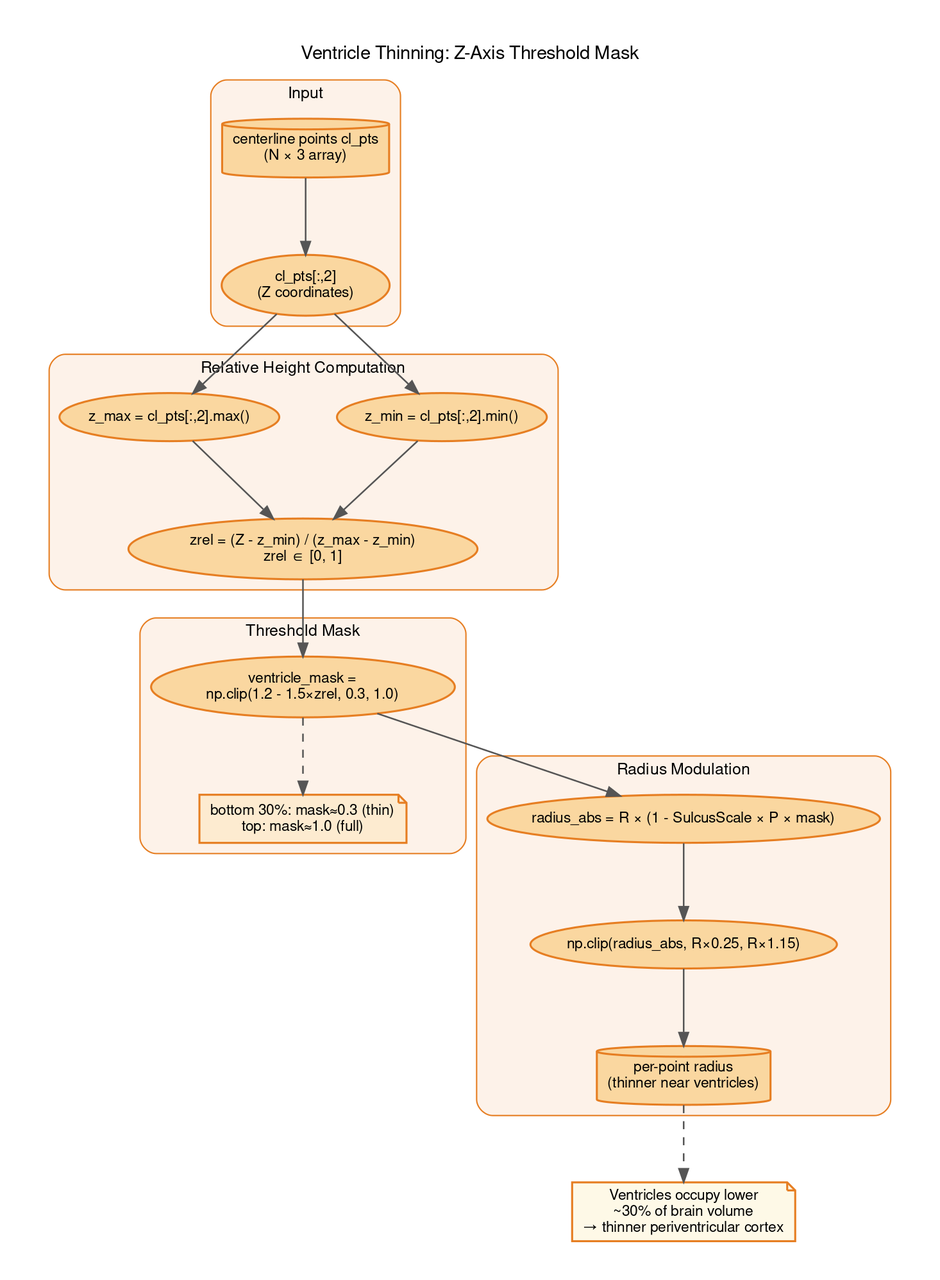
The Graphviz diagram docs/diagrams_25/17_ventricle_mask.png in danindiana/hilbertbrane, before a commit. Its source is kept beside it as docs/diagrams_25/17_ventricle_mask.dot.
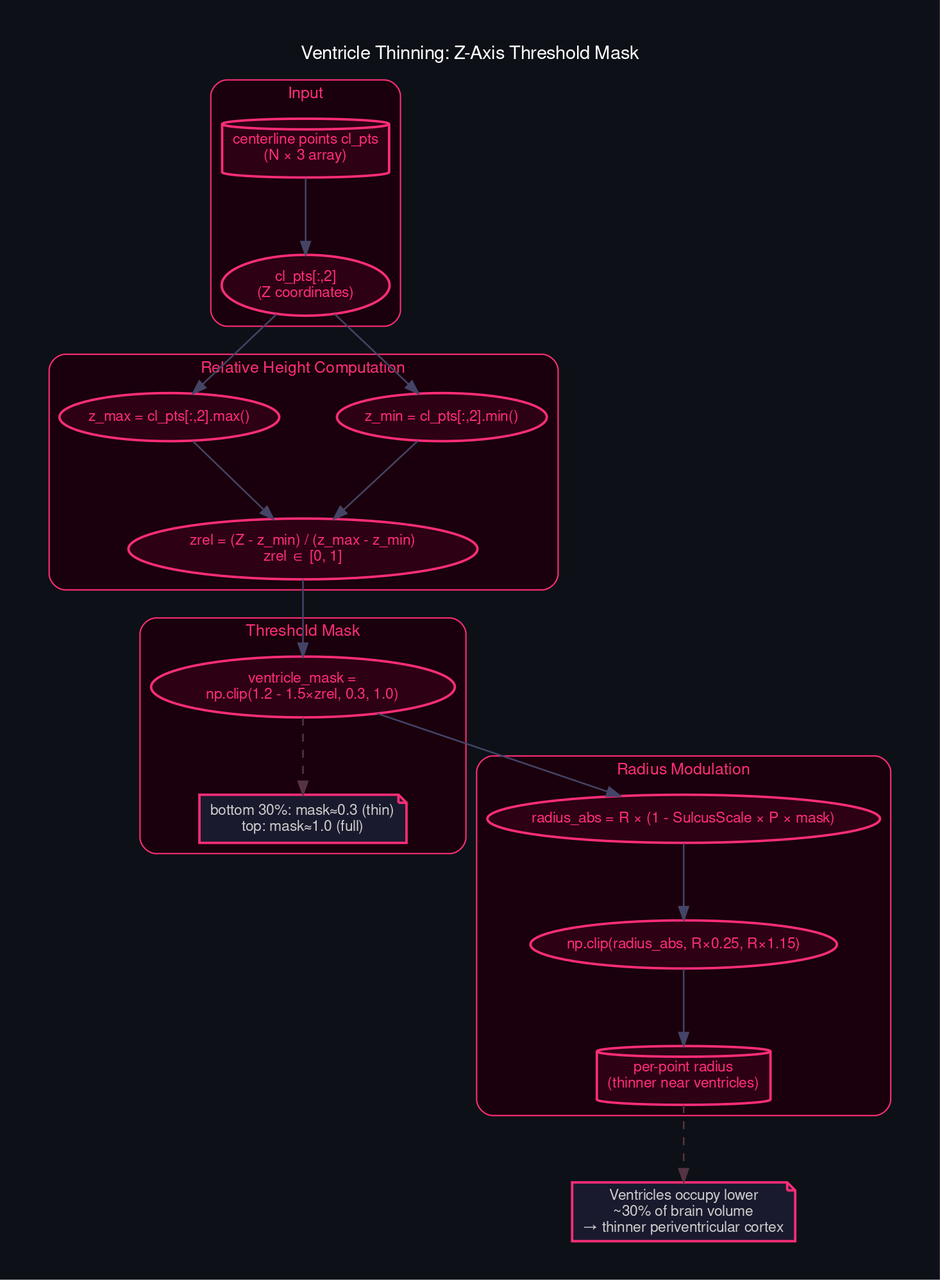
Later version of the same file.

The edit, as a diff of the source:
```diff
@@ -1,7 +1,8 @@
 digraph G {
     graph [
         fontname="Helvetica,Arial,sans-serif"
-        bgcolor="#ffffff"
+        bgcolor="#0d1117"
+        fontcolor="white"
         splines=spline
         nodesep=0.6
         ranksep=0.8
@@ -10,58 +11,58 @@
         labeljust="c"
         fontsize=14
     ]
-    node [fontname="Helvetica,Arial,sans-serif" fontsize=11 style="filled,rounded" penwidth=1.5]
-    edge [fontname="Helvetica,Arial,sans-serif" fontsize=9 color="#555555" penwidth=1.2]
+    node [fontname="Helvetica,Arial,sans-serif" fontsize=11 style="filled,rounded" penwidth=1.8 fontcolor="white"]
+    edge [fontname="Helvetica,Arial,sans-serif" fontsize=9 color="#444466" penwidth=1.2 fontcolor="#aaaacc"]
     graph [label="Ventricle Thinning: Z-Axis Threshold Mask" rankdir="TB"]
 
     subgraph cluster_in {
         label="Input"
-        style="filled,rounded" fillcolor="#FDF2E9" color="#E67E22" fontsize=12
-        fontname="Helvetica,Arial,sans-serif"
+        style="filled,rounded" fillcolor="#1a000c" color="#ff2d78" fontsize=12
+        fontname="Helvetica,Arial,sans-serif" fontcolor="#ff2d78"
 
-        vi [label="centerline points cl_pts\n(N × 3 array)" shape=cylinder fillcolor="#FAD7A0" color="#E67E22"]
-        vz [label="cl_pts[:,2]\n(Z coordinates)" fillcolor="#FAD7A0" color="#E67E22"]
+        vi [label="centerline points cl_pts\n(N × 3 array)" shape=cylinder fillcolor="#2e0014" color="#ff2d78" fontcolor="#ff2d78"]
+        vz [label="cl_pts[:,2]\n(Z coordinates)" fillcolor="#2e0014" color="#ff2d78" fontcolor="#ff2d78"]
         vi -> vz
     }
 
     subgraph cluster_height {
         label="Relative Height Computation"
-        style="filled,rounded" fillcolor="#FDF2E9" color="#E67E22" fontsize=12
-        fontname="Helvetica,Arial,sans-serif"
+        style="filled,rounded" fillcolor="#1a000c" color="#ff2d78" fontsize=12
+        fontname="Helvetica,Arial,sans-serif" fontcolor="#ff2d78"
 
-        h1 [label="z_min = cl_pts[:,2].min()" fillcolor="#FAD7A0" color="#E67E22"]
-        h2 [label="z_max = cl_pts[:,2].max()" fillcolor="#FAD7A0" color="#E67E22"]
-        h3 [label="zrel = (Z - z_min) / (z_max - z_min)\nzrel ∈ [0, 1]" fillcolor="#FAD7A0" color="#E67E22"]
+        h1 [label="z_min = cl_pts[:,2].min()" fillcolor="#2e0014" color="#ff2d78" fontcolor="#ff2d78"]
+        h2 [label="z_max = cl_pts[:,2].max()" fillcolor="#2e0014" color="#ff2d78" fontcolor="#ff2d78"]
+        h3 [label="zrel = (Z - z_min) / (z_max - z_min)\nzrel ∈ [0, 1]" fillcolor="#2e0014" color="#ff2d78" fontcolor="#ff2d78"]
         h1 -> h3
         h2 -> h3
     }
 
     subgraph cluster_mask {
         label="Threshold Mask"
-        style="filled,rounded" fillcolor="#FDF2E9" color="#E67E22" fontsize=12
-        fontname="Helvetica,Arial,sans-serif"
+        style="filled,rounded" fillcolor="#1a000c" color="#ff2d78" fontsize=12
+        fontname="Helvetica,Arial,sans-serif" fontcolor="#ff2d78"
 
-        m1 [label="ventricle_mask =\nnp.clip(1.2 - 1.5×zrel, 0.3, 1.0)" fillcolor="#FAD7A0" color="#E67E22"]
-        m2 [label="bottom 30%: mask≈0.3 (thin)\ntop: mask≈1.0 (full)" shape=note fillcolor="#FDEBD0" color="#E67E22"]
-        m1 -> m2 [style=dashed]
+        m1 [label="ventricle_mask =\nnp.clip(1.2 - 1.5×zrel, 0.3, 1.0)" fillcolor="#2e0014" color="#ff2d78" fontcolor="#ff2d78"]
+        m2 [label="bottom 30%: mask≈0.3 (thin)\ntop: mask≈1.0 (full)" shape=note fillcolor="#1a1a2e" color="#ff2d78" fontcolor="#cccccc"]
+        m1 -> m2 [style=dashed color="#553344"]
     }
 
     subgraph cluster_out {
         label="Radius Modulation"
-        style="filled,rounded" fillcolor="#FDF2E9" color="#E67E22" fontsize=12
-        fontname="Helvetica,Arial,sans-serif"
+        style="filled,rounded" fillcolor="#1a000c" color="#ff2d78" fontsize=12
+        fontname="Helvetica,Arial,sans-serif" fontcolor="#ff2d78"
 
-        ro1 [label="radius_abs = R × (1 - SulcusScale × P × mask)" fillcolor="#FAD7A0" color="#E67E22"]
-        ro2 [label="np.clip(radius_abs, R×0.25, R×1.15)" fillcolor="#FAD7A0" color="#E67E22"]
-        ro3 [label="per-point radius\n(thinner near ventricles)" shape=cylinder fillcolor="#FAD7A0" color="#E67E22"]
+        ro1 [label="radius_abs = R × (1 - SulcusScale × P × mask)" fillcolor="#2e0014" color="#ff2d78" fontcolor="#ff2d78"]
+        ro2 [label="np.clip(radius_abs, R×0.25, R×1.15)" fillcolor="#2e0014" color="#ff2d78" fontcolor="#ff2d78"]
+        ro3 [label="per-point radius\n(thinner near ventricles)" shape=cylinder fillcolor="#2e0014" color="#ff2d78" fontcolor="#ff2d78"]
         ro1 -> ro2 -> ro3
     }
 
-    bio [label="Ventricles occupy lower\n~30% of brain volume\n→ thinner periventricular cortex" shape=note fillcolor="#FEF9E7" color="#E67E22"]
+    bio [label="Ventricles occupy lower\n~30% of brain volume\n→ thinner periventricular cortex" shape=note fillcolor="#1a1a2e" color="#ff2d78" fontcolor="#cccccc"]
 
     vz -> h1
     vz -> h2
     h3 -> m1
     m1 -> ro1
-    ro3 -> bio [style=dashed]
+    ro3 -> bio [style=dashed color="#553344"]
 }
```
